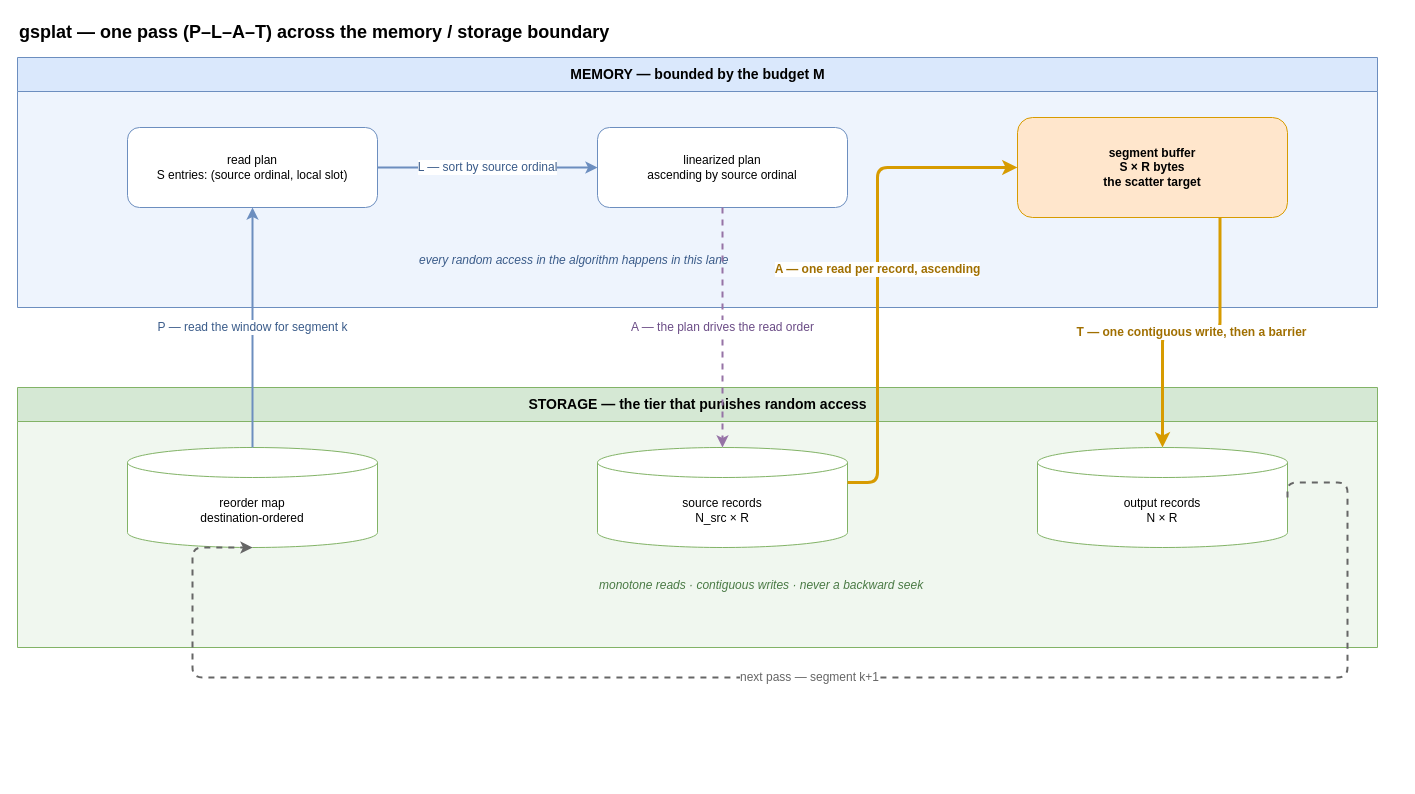
Earlier version of the draw.io diagram veks-studies/docs/gsplat/gsplat-dataflow.drawio (nosqlbench/vectordata-rs). Source tidied: cells renumbered, new cells numbered last; positions are measured from the earlier drawing's top-left corner, leaving out a move shared by most shapes. Both pictures are drawn from the tidied source at 100%, with x=0, y=0 at pixel (17, 17).
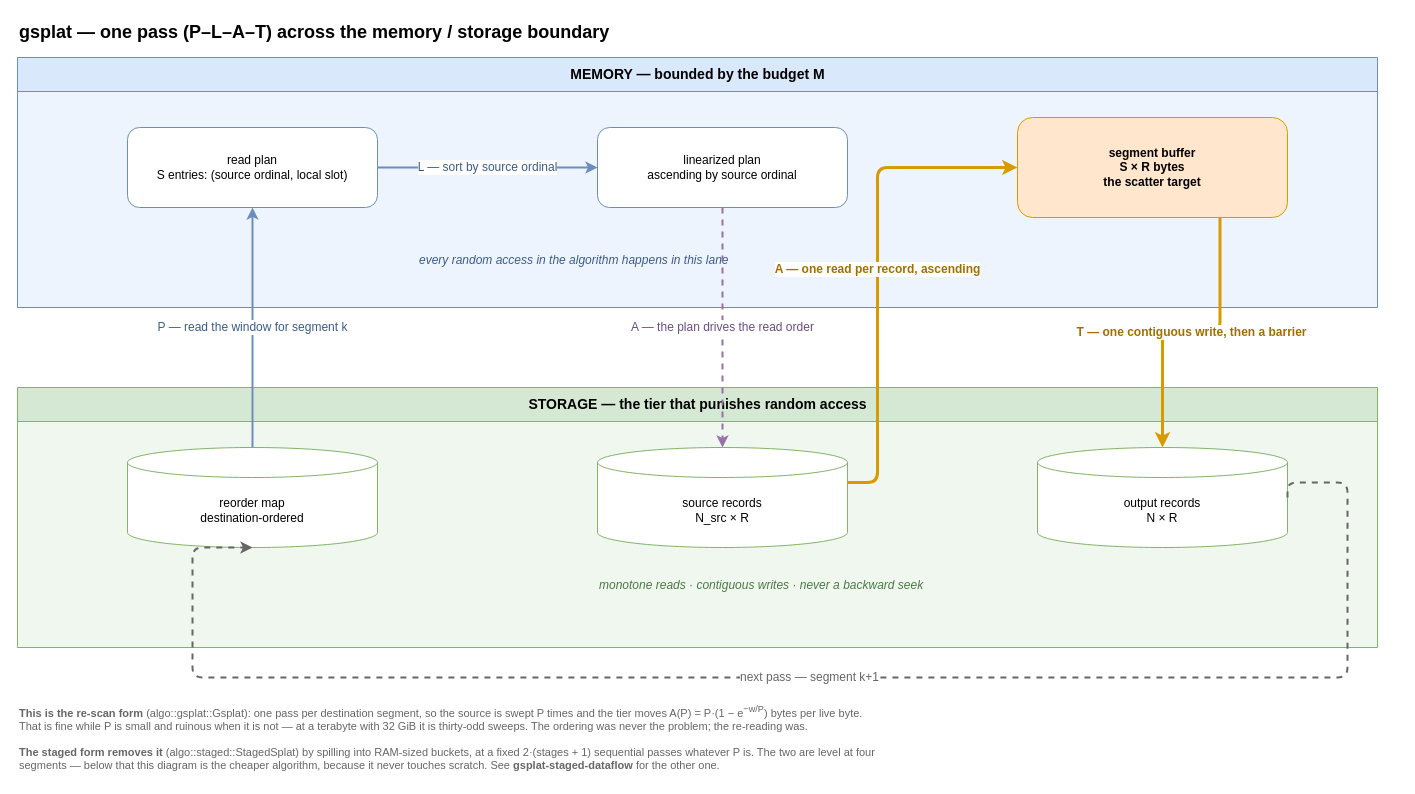
Above is the later version.

Commit message (it also covers changes not shown here):
veks-studies: add a dataflow diagram for the staged form

The edit, as a diff of the source:
```diff
@@
+    <mxCell id="19" value="&lt;b&gt;This is the re-scan form&lt;/b&gt; (algo::gsplat::Gsplat): one pass per destination segment, so the source is swept P times and the tier moves A(P) = P·(1 − e&lt;sup&gt;−w/P&lt;/sup&gt;) bytes per live byte.&#10;That is fine while P is small and ruinous when it is not — at a terabyte with 32 GiB it is thirty-odd sweeps. The ordering was never the problem; the re-reading was.&#10;&#10;&lt;b&gt;The staged form removes it&lt;/b&gt; (algo::staged::StagedSplat) by spilling into RAM-sized buckets, at a fixed 2·(stages + 1) sequential passes whatever P is. The two are level at four&#10;segments — below that this diagram is the cheaper algorithm, because it never touches scratch. See &lt;b&gt;gsplat-staged-dataflow&lt;/b&gt; for the other one." style="text;html=1;align=left;verticalAlign=top;fontSize=11;fontColor=#666666;" parent="1" vertex="1">
+      <mxGeometry y="680" width="1380" height="80" as="geometry" />
+    </mxCell>
```
